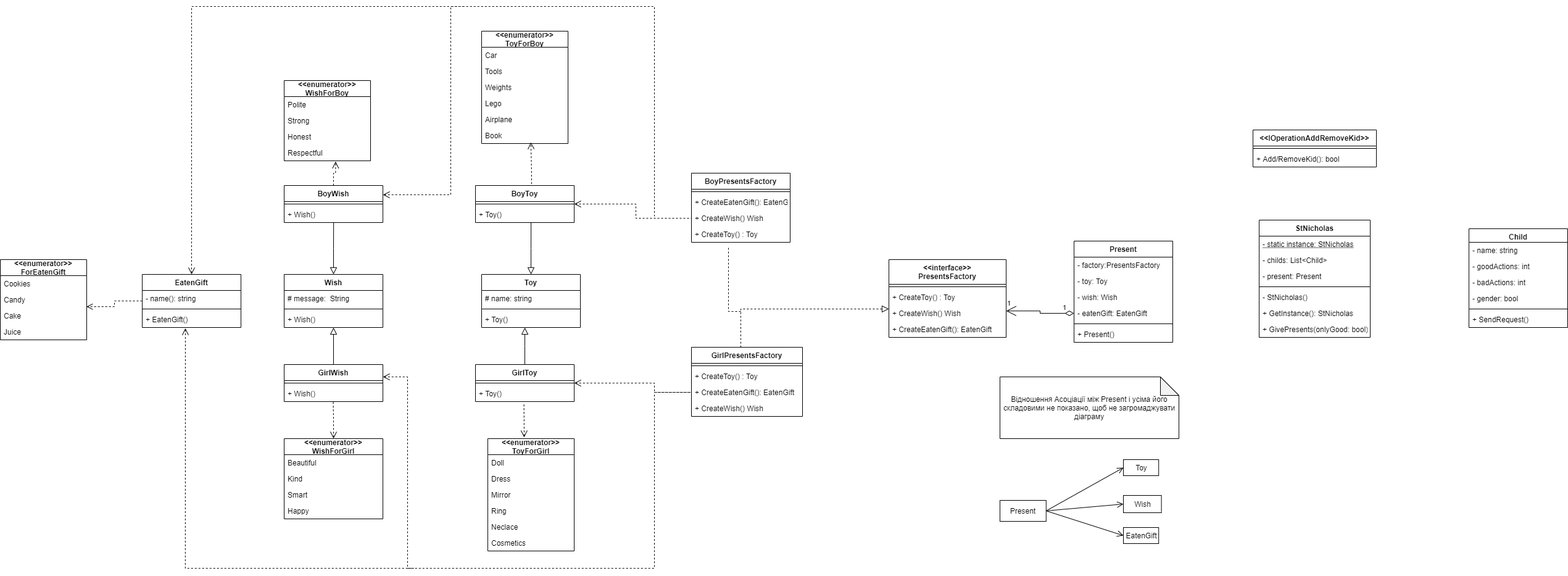
This is StNicholas/StNicholas_Gift.drawio.png from olh-msk/SigmaTask11_UML_SOLID, a draw.io export, as it was before one commit. Source tidied: cells renumbered, new cells last; positions are measured from the earlier drawing's top-left corner, leaving out a move shared by most shapes.
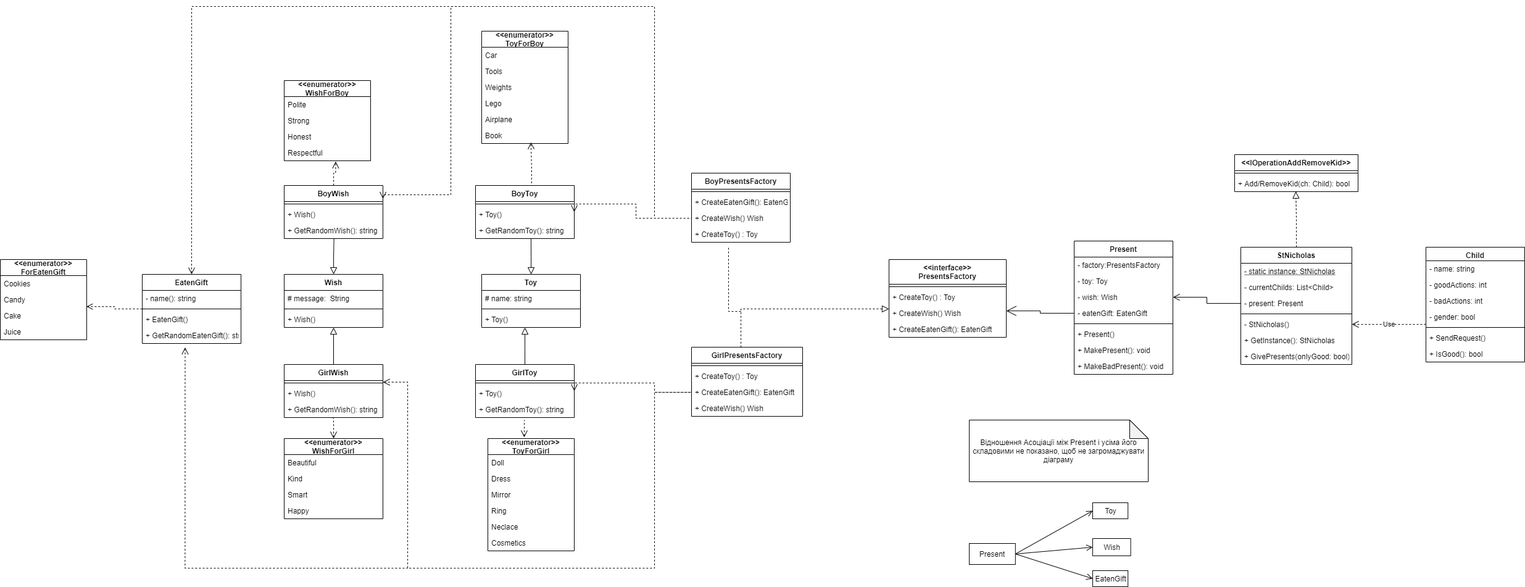
The same file after the commit.

The edit, as a diff of the source:
```diff
@@ -4,4 +4,7 @@
     <mxCell id="1" parent="0" />
+    <mxCell id="122" style="edgeStyle=orthogonalEdgeStyle;rounded=0;jettySize=auto;html=1;endSize=9;startSize=9;dashed=1;endArrow=block;endFill=0;entryX=0.496;entryY=0.988;entryDx=0;entryDy=0;entryPerimeter=0;" parent="1" edge="1" source="2" target="121">
+      <mxGeometry relative="1" as="geometry" />
+    </mxCell>
     <mxCell id="2" value="StNicholas" style="swimlane;fontStyle=1;align=center;verticalAlign=top;horizontal=1;startSize=26;" parent="1" vertex="1">
-      <mxGeometry x="2040" y="346" width="180" height="190" as="geometry" />
+      <mxGeometry x="2010" y="390" width="180" height="190" as="geometry" />
     </mxCell>
@@ -10,3 +13,3 @@
     </mxCell>
-    <mxCell id="4" value="- childs: List&lt;Child&gt;" style="text;strokeColor=none;fillColor=none;align=left;verticalAlign=top;spacingLeft=4;spacingRight=4;overflow=hidden;" parent="2" vertex="1">
+    <mxCell id="4" value="- currentChilds: List&lt;Child&gt;" style="text;strokeColor=none;fillColor=none;align=left;verticalAlign=top;spacingLeft=4;spacingRight=4;overflow=hidden;" parent="2" vertex="1">
       <mxGeometry y="52" width="180" height="26" as="geometry" />
@@ -29,3 +32,3 @@
     <mxCell id="10" value="Child" style="swimlane;fontStyle=1;align=center;verticalAlign=top;horizontal=1;startSize=22;" parent="1" vertex="1">
-      <mxGeometry x="2380" y="360" width="160" height="160" as="geometry" />
+      <mxGeometry x="2310" y="390" width="160" height="186" as="geometry" />
     </mxCell>
@@ -49,2 +52,5 @@
     </mxCell>
+    <mxCell id="123" value="+ IsGood(): bool" style="text;strokeColor=none;fillColor=none;align=left;verticalAlign=top;spacingLeft=4;spacingRight=4;overflow=hidden;" parent="10" vertex="1">
+      <mxGeometry y="160" width="160" height="26" as="geometry" />
+    </mxCell>
     <mxCell id="17" value="&lt;&lt;interface&gt;&gt;&#10;PresentsFactory" style="swimlane;fontStyle=1;align=center;verticalAlign=top;horizontal=1;startSize=40;" parent="1" vertex="1">
@@ -64,3 +70,3 @@
     </mxCell>
-    <mxCell id="22" style="edgeStyle=orthogonalEdgeStyle;rounded=0;jettySize=auto;html=1;startArrow=block;startFill=0;endArrow=none;endFill=0;startSize=9;endSize=9;entryX=0.563;entryY=1;entryDx=0;entryDy=0;entryPerimeter=0;" parent="1" edge="1" source="23" target="56">
+    <mxCell id="22" style="edgeStyle=orthogonalEdgeStyle;rounded=0;jettySize=auto;html=1;startArrow=block;startFill=0;endArrow=none;endFill=0;startSize=9;endSize=9;entryX=0.562;entryY=1.003;entryDx=0;entryDy=0;entryPerimeter=0;" parent="1" edge="1" source="23" target="127">
       <mxGeometry relative="1" as="geometry" />
@@ -79,3 +85,3 @@
     </mxCell>
-    <mxCell id="27" style="edgeStyle=orthogonalEdgeStyle;rounded=0;jettySize=auto;html=1;startArrow=block;startFill=0;endArrow=none;endFill=0;startSize=9;endSize=9;entryX=0.501;entryY=1.013;entryDx=0;entryDy=0;entryPerimeter=0;" parent="1" edge="1" source="28" target="93">
+    <mxCell id="27" style="edgeStyle=orthogonalEdgeStyle;rounded=0;jettySize=auto;html=1;startArrow=block;startFill=0;endArrow=none;endFill=0;startSize=9;endSize=9;entryX=0.504;entryY=1.015;entryDx=0;entryDy=0;entryPerimeter=0;" parent="1" edge="1" source="28" target="129">
       <mxGeometry relative="1" as="geometry" />
@@ -98,3 +104,3 @@
     <mxCell id="33" value="EatenGift" style="swimlane;fontStyle=1;align=center;verticalAlign=top;horizontal=1;startSize=26;" parent="1" vertex="1">
-      <mxGeometry x="230" y="434" width="160" height="86" as="geometry" />
+      <mxGeometry x="230" y="434" width="160" height="112" as="geometry" />
     </mxCell>
@@ -109,2 +115,5 @@
     </mxCell>
+    <mxCell id="124" value="+ GetRandomEatenGift(): string" style="text;strokeColor=none;fillColor=none;align=left;verticalAlign=top;spacingLeft=4;spacingRight=4;overflow=hidden;points=[[0,0.5],[1,0.5]];portConstraint=eastwest;" parent="33" vertex="1">
+      <mxGeometry y="86" width="160" height="26" as="geometry" />
+    </mxCell>
     <mxCell id="37" value="BoyPresentsFactory" style="swimlane;fontStyle=1;align=center;verticalAlign=top;horizontal=1;startSize=26;" parent="1" vertex="1">
@@ -140,3 +149,3 @@
     <mxCell id="47" value="Present" style="swimlane;fontStyle=1;align=center;verticalAlign=top;horizontal=1;startSize=26;" parent="1" vertex="1">
-      <mxGeometry x="1740" y="380" width="160" height="164" as="geometry" />
+      <mxGeometry x="1740" y="380" width="160" height="216" as="geometry" />
     </mxCell>
@@ -160,4 +169,10 @@
     </mxCell>
+    <mxCell id="125" value="+ MakePresent(): void" style="text;strokeColor=none;fillColor=none;align=left;verticalAlign=top;spacingLeft=4;spacingRight=4;overflow=hidden;" parent="47" vertex="1">
+      <mxGeometry y="164" width="160" height="26" as="geometry" />
+    </mxCell>
+    <mxCell id="126" value="+ MakeBadPresent(): void" style="text;strokeColor=none;fillColor=none;align=left;verticalAlign=top;spacingLeft=4;spacingRight=4;overflow=hidden;" parent="47" vertex="1">
+      <mxGeometry y="190" width="160" height="26" as="geometry" />
+    </mxCell>
     <mxCell id="54" value="BoyToy" style="swimlane;fontStyle=1;align=center;verticalAlign=top;horizontal=1;startSize=26;" parent="1" vertex="1">
-      <mxGeometry x="770" y="290" width="160" height="60" as="geometry" />
+      <mxGeometry x="770" y="290" width="160" height="86" as="geometry" />
     </mxCell>
@@ -169,2 +184,5 @@
     </mxCell>
+    <mxCell id="127" value="+ GetRandomToy(): string" style="text;strokeColor=none;fillColor=none;align=left;verticalAlign=top;spacingLeft=4;spacingRight=4;overflow=hidden;points=[[0,0.5],[1,0.5]];portConstraint=eastwest;" parent="54" vertex="1">
+      <mxGeometry y="60" width="160" height="26" as="geometry" />
+    </mxCell>
     <mxCell id="57" style="edgeStyle=orthogonalEdgeStyle;rounded=0;jettySize=auto;html=1;startArrow=none;startFill=0;endArrow=block;endFill=0;startSize=9;endSize=9;entryX=0.438;entryY=1;entryDx=0;entryDy=0;entryPerimeter=0;" parent="1" edge="1" source="58" target="26">
@@ -173,3 +191,3 @@
     <mxCell id="58" value="GirlToy" style="swimlane;fontStyle=1;align=center;verticalAlign=top;horizontal=1;startSize=26;" parent="1" vertex="1">
-      <mxGeometry x="770" y="580" width="160" height="60" as="geometry" />
+      <mxGeometry x="770" y="580" width="160" height="86" as="geometry" />
     </mxCell>
@@ -181,2 +199,5 @@
     </mxCell>
+    <mxCell id="128" value="+ GetRandomToy(): string" style="text;strokeColor=none;fillColor=none;align=left;verticalAlign=top;spacingLeft=4;spacingRight=4;overflow=hidden;points=[[0,0.5],[1,0.5]];portConstraint=eastwest;" parent="58" vertex="1">
+      <mxGeometry y="60" width="160" height="26" as="geometry" />
+    </mxCell>
     <mxCell id="61" value="&lt;&lt;enumerator&gt;&gt;&#10;ToyForGirl" style="swimlane;fontStyle=1;horizontal=1;startSize=26;fillColor=none;" parent="1" vertex="1">
@@ -272,3 +293,3 @@
     <mxCell id="91" value="BoyWish" style="swimlane;fontStyle=1;align=center;verticalAlign=top;horizontal=1;startSize=26;" parent="1" vertex="1">
-      <mxGeometry x="460" y="290" width="160" height="60" as="geometry" />
+      <mxGeometry x="460" y="290" width="160" height="86" as="geometry" />
     </mxCell>
@@ -280,2 +301,5 @@
     </mxCell>
+    <mxCell id="129" value="+ GetRandomWish(): string" style="text;strokeColor=none;fillColor=none;align=left;verticalAlign=top;spacingLeft=4;spacingRight=4;overflow=hidden;points=[[0,0.5],[1,0.5]];portConstraint=eastwest;" parent="91" vertex="1">
+      <mxGeometry y="60" width="160" height="26" as="geometry" />
+    </mxCell>
     <mxCell id="94" style="edgeStyle=orthogonalEdgeStyle;rounded=0;jettySize=auto;html=1;startArrow=none;startFill=0;endArrow=block;endFill=0;startSize=9;endSize=9;entryX=0.5;entryY=1;entryDx=0;entryDy=0;entryPerimeter=0;" parent="1" edge="1" source="95" target="31">
@@ -284,3 +308,3 @@
     <mxCell id="95" value="GirlWish" style="swimlane;fontStyle=1;align=center;verticalAlign=top;horizontal=1;startSize=26;" parent="1" vertex="1">
-      <mxGeometry x="460" y="580" width="160" height="60" as="geometry" />
+      <mxGeometry x="460" y="580" width="160" height="86" as="geometry" />
     </mxCell>
@@ -292,3 +316,6 @@
     </mxCell>
+    <mxCell id="130" value="+ GetRandomWish(): string" style="text;strokeColor=none;fillColor=none;align=left;verticalAlign=top;spacingLeft=4;spacingRight=4;overflow=hidden;points=[[0,0.5],[1,0.5]];portConstraint=eastwest;" parent="95" vertex="1">
+      <mxGeometry y="60" width="160" height="26" as="geometry" />
+    </mxCell>
-    <mxCell id="98" style="edgeStyle=orthogonalEdgeStyle;rounded=0;jettySize=auto;html=1;endSize=9;startSize=9;dashed=1;endArrow=none;endFill=0;entryX=0.497;entryY=1;entryDx=0;entryDy=0;entryPerimeter=0;exitX=0.5;exitY=0;exitDx=0;exitDy=0;startArrow=open;startFill=0;" parent="1" edge="1" source="80" target="97">
+    <mxCell id="98" style="edgeStyle=orthogonalEdgeStyle;rounded=0;jettySize=auto;html=1;endSize=9;startSize=9;dashed=1;endArrow=none;endFill=0;exitX=0.5;exitY=0;exitDx=0;exitDy=0;startArrow=open;startFill=0;entryX=0.497;entryY=1.023;entryDx=0;entryDy=0;entryPerimeter=0;" parent="1" edge="1" source="80" target="130">
       <mxGeometry relative="1" as="geometry">
@@ -299,8 +326,4 @@
     </mxCell>
-    <mxCell id="99" style="edgeStyle=orthogonalEdgeStyle;rounded=0;jettySize=auto;html=1;endSize=9;startSize=9;dashed=1;endArrow=none;endFill=0;startArrow=open;startFill=0;entryX=0.491;entryY=1.123;entryDx=0;entryDy=0;entryPerimeter=0;exitX=0.421;exitY=-0.011;exitDx=0;exitDy=0;exitPerimeter=0;" parent="1" edge="1" source="61" target="60">
-      <mxGeometry relative="1" as="geometry">
-        <Array as="points">
-          <mxPoint x="849" y="671" />
-        </Array>
-      </mxGeometry>
+    <mxCell id="99" style="edgeStyle=orthogonalEdgeStyle;rounded=0;jettySize=auto;html=1;endSize=9;startSize=9;dashed=1;endArrow=none;endFill=0;startArrow=open;startFill=0;exitX=0.421;exitY=-0.011;exitDx=0;exitDy=0;exitPerimeter=0;entryX=0.494;entryY=1.154;entryDx=0;entryDy=0;entryPerimeter=0;" parent="1" edge="1" source="61" target="128">
+      <mxGeometry relative="1" as="geometry" />
     </mxCell>
@@ -314,3 +337,3 @@
     </mxCell>
-    <mxCell id="101" value="1" style="endArrow=diamondThin;html=1;endSize=12;startArrow=open;startSize=14;startFill=0;edgeStyle=orthogonalEdgeStyle;align=left;verticalAlign=bottom;rounded=0;endFill=0;entryX=0;entryY=0.5;entryDx=0;entryDy=0;" parent="1" edge="1" target="51">
+    <mxCell id="101" style="endArrow=none;html=1;endSize=12;startArrow=open;startSize=14;startFill=0;edgeStyle=orthogonalEdgeStyle;align=left;verticalAlign=bottom;rounded=0;endFill=0;entryX=0;entryY=0.5;entryDx=0;entryDy=0;" parent="1" edge="1" target="51">
       <mxGeometry x="-1" y="3" relative="1" as="geometry">
@@ -319,5 +342,2 @@
     </mxCell>
-    <mxCell id="102" value="&lt;span style=&quot;color: rgb(0, 0, 0); font-family: helvetica; font-size: 11px; font-style: normal; font-weight: 400; letter-spacing: normal; text-align: left; text-indent: 0px; text-transform: none; word-spacing: 0px; background-color: rgb(255, 255, 255); display: inline; float: none;&quot;&gt;1&lt;/span&gt;" style="text;whiteSpace=wrap;html=1;" parent="1" vertex="1">
-      <mxGeometry x="1720" y="474" width="10" height="20" as="geometry" />
-    </mxCell>
     <mxCell id="103" style="edgeStyle=orthogonalEdgeStyle;rounded=0;jettySize=auto;html=1;startArrow=block;startFill=0;endArrow=none;endFill=0;startSize=9;endSize=9;entryX=0.5;entryY=0;entryDx=0;entryDy=0;dashed=1;" parent="1" edge="1" target="42">
@@ -350,3 +370,3 @@
         <Array as="points">
-          <mxPoint x="660" y="600" />
+          <mxPoint x="660" y="609" />
           <mxPoint x="660" y="910" />
@@ -358,3 +378,3 @@
     </mxCell>
-    <mxCell id="107" style="edgeStyle=orthogonalEdgeStyle;rounded=0;jettySize=auto;html=1;startArrow=open;startFill=0;endArrow=none;endFill=0;startSize=9;endSize=9;dashed=1;exitX=0.437;exitY=1.044;exitDx=0;exitDy=0;exitPerimeter=0;" parent="1" edge="1" source="36">
+    <mxCell id="107" style="edgeStyle=orthogonalEdgeStyle;rounded=0;jettySize=auto;html=1;startArrow=open;startFill=0;endArrow=none;endFill=0;startSize=9;endSize=9;dashed=1;exitX=0.434;exitY=1.244;exitDx=0;exitDy=0;exitPerimeter=0;" parent="1" edge="1" source="124">
       <mxGeometry relative="1" as="geometry">
@@ -362,4 +382,3 @@
         <Array as="points">
-          <mxPoint x="300" y="910" />
-          <mxPoint x="670" y="910" />
+          <mxPoint x="299" y="910" />
         </Array>
@@ -386,3 +405,3 @@
     <mxCell id="110" value="Відношення Асоціації між Present і усіма його складовими не показано, щоб не загромаджувати діаграму" style="shape=note;whiteSpace=wrap;html=1;backgroundOutline=1;darkOpacity=0.05;" parent="1" vertex="1">
-      <mxGeometry x="1620" y="600" width="290" height="100" as="geometry" />
+      <mxGeometry x="1570" y="670" width="290" height="100" as="geometry" />
     </mxCell>
@@ -392,12 +411,12 @@
     <mxCell id="112" value="Present" style="html=1;" parent="1" vertex="1">
-      <mxGeometry x="1620" y="800" width="74.8" height="34" as="geometry" />
+      <mxGeometry x="1570" y="870" width="74.8" height="34" as="geometry" />
     </mxCell>
     <mxCell id="113" value="Toy" style="html=1;" parent="1" vertex="1">
-      <mxGeometry x="1820" y="734" width="57.2" height="26" as="geometry" />
+      <mxGeometry x="1770" y="804" width="57.2" height="26" as="geometry" />
     </mxCell>
     <mxCell id="114" value="Wish" style="html=1;" parent="1" vertex="1">
-      <mxGeometry x="1820" y="792" width="61.6" height="28" as="geometry" />
+      <mxGeometry x="1770" y="862" width="61.6" height="28" as="geometry" />
     </mxCell>
     <mxCell id="115" value="EatenGift" style="html=1;" parent="1" vertex="1">
-      <mxGeometry x="1820" y="844" width="57.2" height="26" as="geometry" />
+      <mxGeometry x="1770" y="914" width="57.2" height="26" as="geometry" />
     </mxCell>
@@ -419,3 +438,3 @@
     <mxCell id="119" value="&lt;&lt;IOperationAddRemoveKid&gt;&gt;" style="swimlane;fontStyle=1;align=center;verticalAlign=top;horizontal=1;startSize=26;" parent="1" vertex="1">
-      <mxGeometry x="2030" y="200" width="200" height="60" as="geometry" />
+      <mxGeometry x="2000" y="240" width="200" height="60" as="geometry" />
     </mxCell>
@@ -424,5 +443,16 @@
     </mxCell>
-    <mxCell id="121" value="+ Add/RemoveKid(): bool" style="text;strokeColor=none;fillColor=none;align=left;verticalAlign=top;spacingLeft=4;spacingRight=4;overflow=hidden;points=[[0,0.5],[1,0.5]];portConstraint=eastwest;" parent="119" vertex="1">
+    <mxCell id="121" value="+ Add/RemoveKid(ch: Child): bool" style="text;strokeColor=none;fillColor=none;align=left;verticalAlign=top;spacingLeft=4;spacingRight=4;overflow=hidden;points=[[0,0.5],[1,0.5]];portConstraint=eastwest;" parent="119" vertex="1">
       <mxGeometry y="34" width="200" height="26" as="geometry" />
     </mxCell>
+    <mxCell id="131" style="edgeStyle=orthogonalEdgeStyle;rounded=0;jettySize=auto;html=1;endArrow=open;endFill=0;startSize=9;endSize=9;entryX=1;entryY=0.5;entryDx=0;entryDy=0;" parent="1" edge="1" source="5" target="50">
+      <mxGeometry relative="1" as="geometry" />
+    </mxCell>
+    <mxCell id="132" value="Use" style="edgeStyle=orthogonalEdgeStyle;rounded=0;jettySize=auto;html=1;endSize=9;startSize=9;dashed=1;endArrow=open;endFill=0;entryX=1;entryY=0.5;entryDx=0;entryDy=0;" parent="1" edge="1" target="7">
+      <mxGeometry relative="1" as="geometry">
+        <mxPoint x="2310" y="515" as="sourcePoint" />
+        <Array as="points">
+          <mxPoint x="2310" y="515" />
+        </Array>
+      </mxGeometry>
+    </mxCell>
   </root>
```
